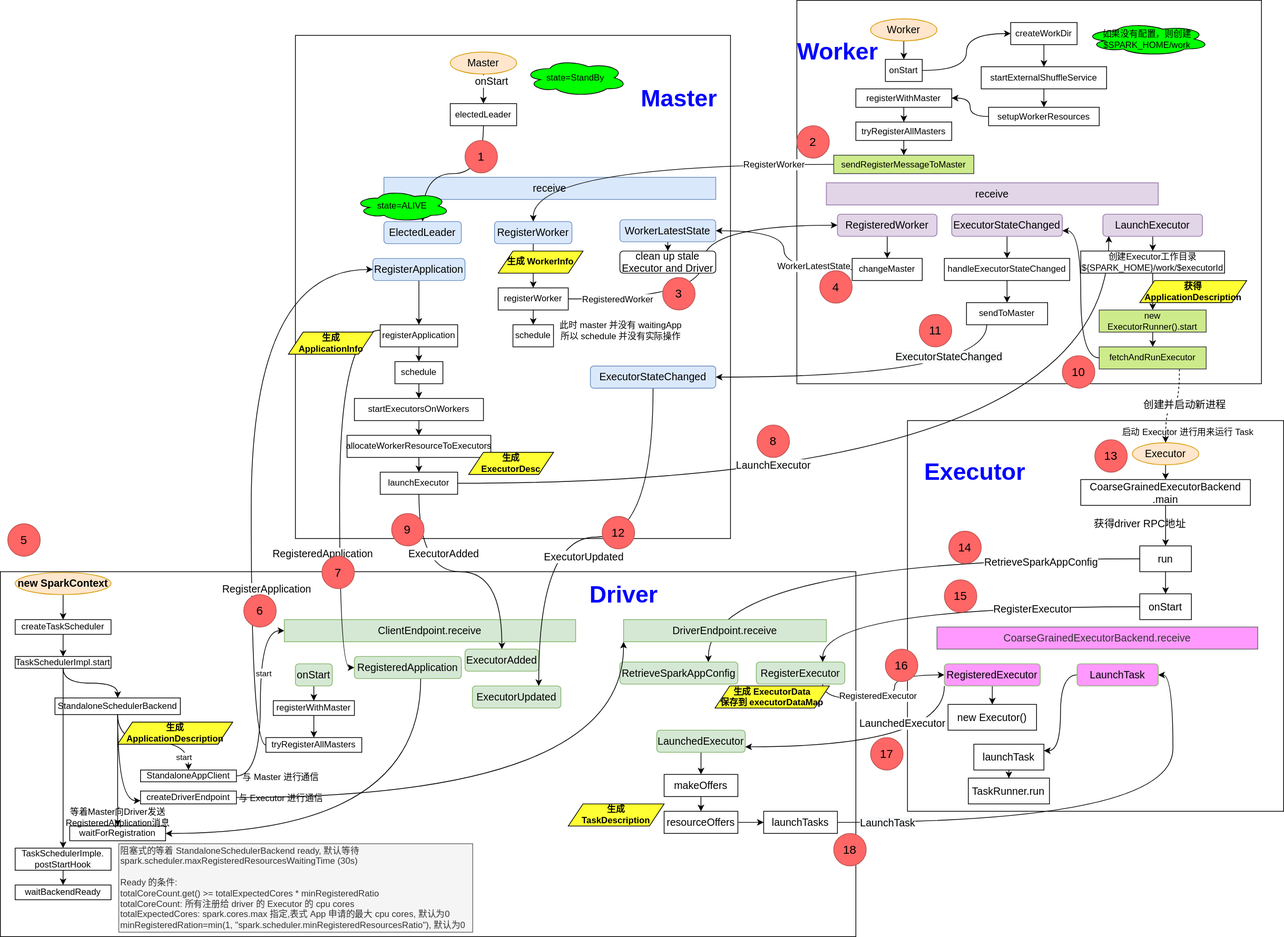
Earlier version of the draw.io export docs/spark/spark-core/deploy/standalone-deploy.drawio.svg (wbo4958/wbo4958.github.io). Source tidied: cells renumbered, new cells last; positions are measured from the earlier drawing's top-left corner, leaving out a move shared by most shapes.
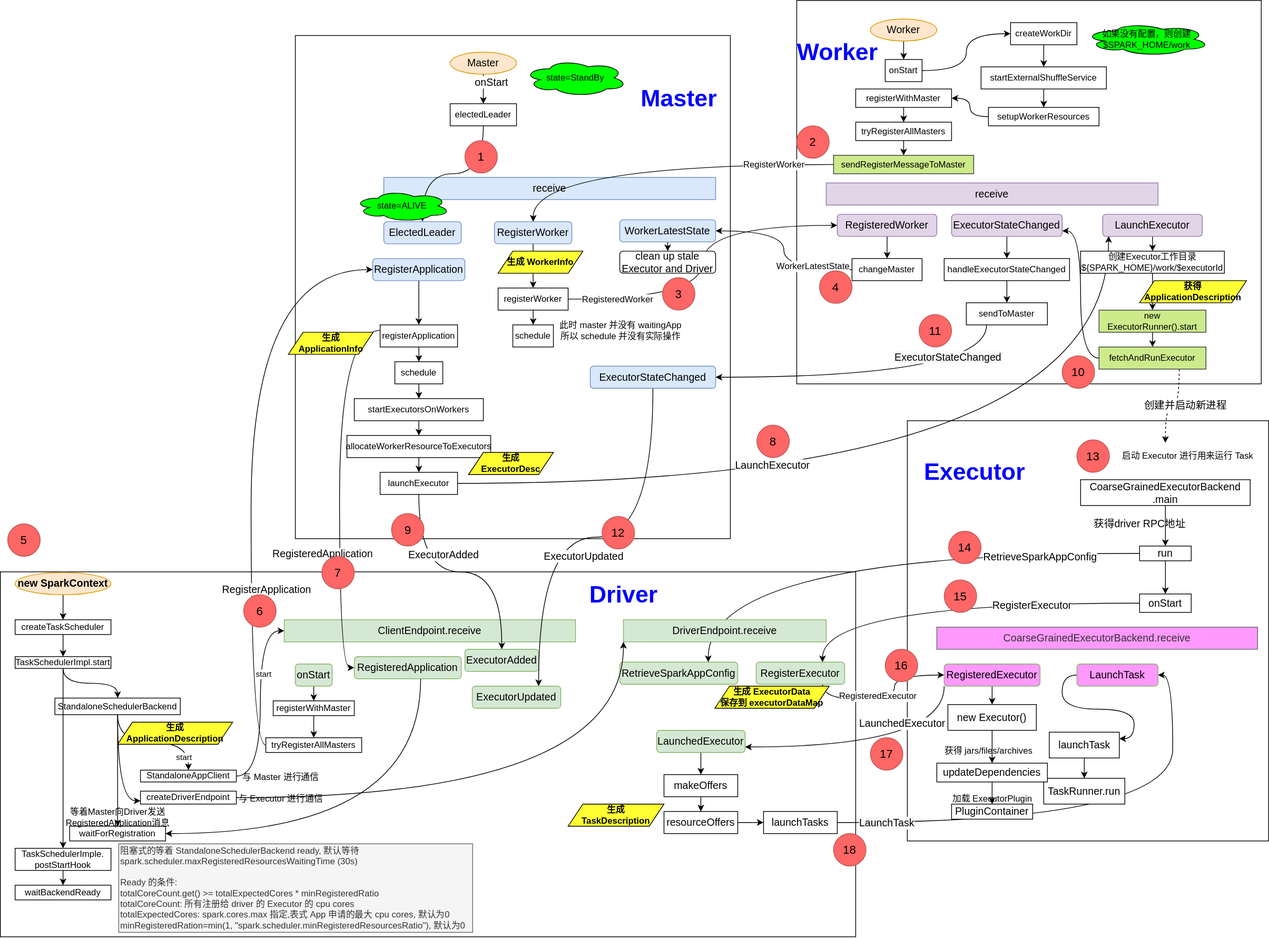
After the commit.

Commit message:
update standalone deploy pic (#68)

The edit, as a diff of the source:
```diff
@@ -3,7 +3,7 @@
     <mxCell id="0" />
     <mxCell id="1" parent="0" />
     <mxCell id="2" style="rounded=0;whiteSpace=wrap;html=1;fillColor=#ffffff;fontSize=14;" parent="1" vertex="1">
-      <mxGeometry x="1230" y="570" width="510" height="530" as="geometry" />
+      <mxGeometry x="1230" y="570" width="490" height="570" as="geometry" />
     </mxCell>
     <mxCell id="3" style="rounded=0;whiteSpace=wrap;html=1;fillColor=#ffffff;fontSize=14;" parent="1" vertex="1">
       <mxGeometry y="775" width="1160" height="495" as="geometry" />
@@ -319,8 +319,10 @@
     <mxCell id="100" style="edgeStyle=orthogonalEdgeStyle;curved=1;jettySize=auto;html=1;exitX=0;exitY=0.5;exitDx=0;exitDy=0;entryX=1;entryY=0.75;entryDx=0;entryDy=0;fontSize=14;" parent="1" edge="1" source="103" target="92">
       <mxGeometry relative="1" as="geometry" />
     </mxCell>
-    <mxCell id="101" style="edgeStyle=orthogonalEdgeStyle;curved=1;jettySize=auto;html=1;exitX=0.75;exitY=1;exitDx=0;exitDy=0;entryX=0.5;entryY=0;entryDx=0;entryDy=0;fontSize=14;dashed=1;" parent="1" edge="1" source="103" target="105">
-      <mxGeometry relative="1" as="geometry" />
+    <mxCell id="101" style="edgeStyle=orthogonalEdgeStyle;curved=1;jettySize=auto;html=1;exitX=0.75;exitY=1;exitDx=0;exitDy=0;entryX=0.5;entryY=0;entryDx=0;entryDy=0;fontSize=14;dashed=1;" parent="1" edge="1" source="103">
+      <mxGeometry relative="1" as="geometry">
+        <mxPoint x="1580" y="600" as="targetPoint" />
+      </mxGeometry>
     </mxCell>
     <mxCell id="102" value="创建并启动新进程" style="edgeLabel;html=1;align=center;verticalAlign=middle;fontSize=14;" parent="101" vertex="1">
       <mxGeometry x="-0.22" y="7" relative="1" as="geometry">
@@ -330,12 +332,6 @@
     <mxCell id="103" value="fetchAndRunExecutor" style="rounded=0;whiteSpace=wrap;html=1;fontSize=12;fillColor=#cdeb8b;strokeColor=#36393d;" parent="1" vertex="1">
       <mxGeometry x="1490" y="470" width="145" height="30" as="geometry" />
     </mxCell>
-    <mxCell id="104" style="edgeStyle=orthogonalEdgeStyle;curved=1;jettySize=auto;html=1;fontSize=14;" parent="1" edge="1" source="105" target="107">
-      <mxGeometry relative="1" as="geometry" />
-    </mxCell>
-    <mxCell id="105" value="Executor" style="ellipse;whiteSpace=wrap;html=1;fontSize=14;fillColor=#ffe6cc;strokeColor=#d79b00;" parent="1" vertex="1">
-      <mxGeometry x="1535" y="600" width="90" height="30" as="geometry" />
-    </mxCell>
     <mxCell id="106" style="edgeStyle=orthogonalEdgeStyle;curved=1;jettySize=auto;html=1;fontSize=14;" parent="1" edge="1" source="107" target="111">
       <mxGeometry relative="1" as="geometry" />
     </mxCell>
@@ -352,7 +348,7 @@
       <mxGeometry x="-0.63" y="4" relative="1" as="geometry" />
     </mxCell>
     <mxCell id="111" value="run" style="whiteSpace=wrap;html=1;fontSize=14;" parent="1" vertex="1">
-      <mxGeometry x="1545" y="740" width="70" height="35" as="geometry" />
+      <mxGeometry x="1545" y="740" width="70" height="20" as="geometry" />
     </mxCell>
     <mxCell id="112" style="edgeStyle=orthogonalEdgeStyle;curved=1;jettySize=auto;html=1;exitX=0;exitY=0.5;exitDx=0;exitDy=0;fontSize=14;entryX=0.75;entryY=0;entryDx=0;entryDy=0;" parent="1" edge="1" source="114" target="121">
       <mxGeometry relative="1" as="geometry" />
@@ -361,7 +357,7 @@
       <mxGeometry x="-0.42" y="3" relative="1" as="geometry" />
     </mxCell>
     <mxCell id="114" value="onStart" style="whiteSpace=wrap;html=1;fontSize=14;" parent="1" vertex="1">
-      <mxGeometry x="1545" y="805" width="70" height="35" as="geometry" />
+      <mxGeometry x="1545" y="805" width="70" height="25" as="geometry" />
     </mxCell>
     <mxCell id="115" value="RetrieveSparkAppConfig" style="rounded=1;whiteSpace=wrap;html=1;fontSize=14;fillColor=#d5e8d4;strokeColor=#82b366;" parent="1" vertex="1">
       <mxGeometry x="840" y="897.5" width="160" height="30" as="geometry" />
@@ -413,6 +409,9 @@
     <mxCell id="130" value="RegisteredExecutor" style="rounded=1;whiteSpace=wrap;html=1;fontSize=14;strokeColor=#82b366;fillColor=#FF99FF;" parent="1" vertex="1">
       <mxGeometry x="1280" y="900" width="130" height="30" as="geometry" />
     </mxCell>
+    <mxCell id="191" style="edgeStyle=orthogonalEdgeStyle;rounded=0;jettySize=auto;html=1;" parent="1" edge="1" source="131" target="193">
+      <mxGeometry relative="1" as="geometry" />
+    </mxCell>
     <mxCell id="131" value="new Executor()" style="whiteSpace=wrap;html=1;fontSize=14;" parent="1" vertex="1">
       <mxGeometry x="1285" y="955" width="120" height="35" as="geometry" />
     </mxCell>
@@ -490,7 +489,7 @@
       <mxGeometry x="816" y="700" width="44" height="44" as="geometry" />
     </mxCell>
     <mxCell id="155" value="13" style="ellipse;whiteSpace=wrap;html=1;fontSize=16;strokeColor=#b85450;fillColor=#FF6666;" parent="1" vertex="1">
-      <mxGeometry x="1484" y="596" width="44" height="44" as="geometry" />
+      <mxGeometry x="1460" y="596" width="44" height="44" as="geometry" />
     </mxCell>
     <mxCell id="156" value="14" style="ellipse;whiteSpace=wrap;html=1;fontSize=16;strokeColor=#b85450;fillColor=#FF6666;" parent="1" vertex="1">
       <mxGeometry x="1286" y="720" width="44" height="44" as="geometry" />
@@ -537,10 +536,10 @@
       <mxGeometry relative="1" as="geometry" />
     </mxCell>
     <mxCell id="170" value="launchTask" style="whiteSpace=wrap;html=1;fontSize=14;" parent="1" vertex="1">
-      <mxGeometry x="1320" y="1009" width="95" height="35" as="geometry" />
+      <mxGeometry x="1422.5" y="992.5" width="95" height="35" as="geometry" />
     </mxCell>
     <mxCell id="171" value="TaskRunner.run" style="whiteSpace=wrap;html=1;fontSize=14;" parent="1" vertex="1">
-      <mxGeometry x="1312.5" y="1055" width="110" height="35" as="geometry" />
+      <mxGeometry x="1415" y="1055" width="110" height="35" as="geometry" />
     </mxCell>
     <mxCell id="172" value="18" style="ellipse;whiteSpace=wrap;html=1;fontSize=16;strokeColor=#b85450;fillColor=#FF6666;" parent="1" vertex="1">
       <mxGeometry x="1130" y="1130" width="44" height="44" as="geometry" />
@@ -549,7 +548,7 @@
       <mxGeometry x="159" y="979" width="156" height="30" as="geometry" />
     </mxCell>
     <mxCell id="174" value="启动 Executor 进行用来运行 Task" style="text;html=1;align=center;verticalAlign=middle;strokeColor=none;fillColor=none;" parent="1" vertex="1">
-      <mxGeometry x="1515" y="576" width="190" height="20" as="geometry" />
+      <mxGeometry x="1515" y="608" width="190" height="20" as="geometry" />
     </mxCell>
     <mxCell id="175" value="Master" style="text;html=1;align=center;verticalAlign=middle;strokeColor=none;fillColor=none;fontSize=32;fontColor=#0000FF;fontStyle=1;" parent="1" vertex="1">
       <mxGeometry x="860" y="112.5" width="120" height="40" as="geometry" />
@@ -599,5 +598,20 @@
     <mxCell id="190" value="阻塞式的等着&amp;nbsp;StandaloneSchedulerBackend ready, 默认等待&lt;br&gt;spark.scheduler.maxRegisteredResourcesWaitingTime (30s)&lt;br&gt;&lt;br&gt;Ready 的条件:&lt;br&gt;totalCoreCount.get() &amp;gt;= totalExpectedCores * minRegisteredRatio&lt;br&gt;totalCoreCount: 所有注册给 driver 的 Executor 的 cpu cores&lt;br&gt;totalExpectedCores:&amp;nbsp;spark.cores.max 指定,表式 App 申请的最大 cpu cores, 默认为0&lt;br&gt;minRegisteredRation=min(1, &quot;spark.scheduler.minRegisteredResourcesRatio&quot;), 默认为0" style="text;html=1;align=left;verticalAlign=middle;strokeColor=#666666;fillColor=#f5f5f5;fontColor=#333333;" parent="1" vertex="1">
       <mxGeometry x="160.5" y="1144" width="480" height="120" as="geometry" />
     </mxCell>
+    <mxCell id="192" style="edgeStyle=orthogonalEdgeStyle;rounded=0;jettySize=auto;html=1;" parent="1" edge="1" source="193" target="195">
+      <mxGeometry relative="1" as="geometry" />
+    </mxCell>
+    <mxCell id="193" value="updateDependencies" style="whiteSpace=wrap;html=1;fontSize=14;" parent="1" vertex="1">
+      <mxGeometry x="1270" y="1034.5" width="150" height="25.5" as="geometry" />
+    </mxCell>
+    <mxCell id="194" value="获得 jars/files/archives" style="text;html=1;align=center;verticalAlign=middle;strokeColor=none;fillColor=none;" parent="1" vertex="1">
+      <mxGeometry x="1270" y="1007.5" width="140" height="20" as="geometry" />
+    </mxCell>
+    <mxCell id="195" value="PluginContainer" style="whiteSpace=wrap;html=1;fontSize=14;" parent="1" vertex="1">
+      <mxGeometry x="1290" y="1090" width="110" height="20.5" as="geometry" />
+    </mxCell>
+    <mxCell id="196" value="加载 ExecutorPlugin" style="text;html=1;align=center;verticalAlign=middle;strokeColor=none;fillColor=none;" parent="1" vertex="1">
+      <mxGeometry x="1285" y="1072.5" width="120" height="20" as="geometry" />
+    </mxCell>
   </root>
 </mxGraphModel>
```
